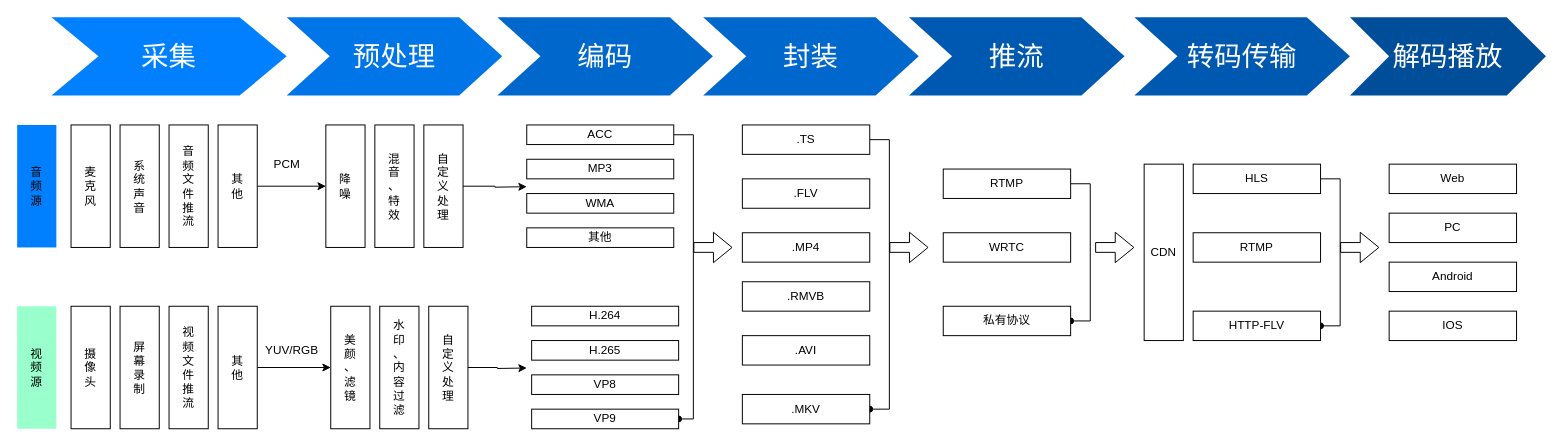
Before: 问题随录/Untitled Diagram.drawio in candyman0753/web-runner, a draw.io diagram. Source tidied: cells renumbered, new cells numbered last; positions are measured from the earlier drawing's top-left corner, leaving out a move shared by most shapes. Both pictures are drawn from the tidied source at 98%, with x=0, y=0 at pixel (17, 17).
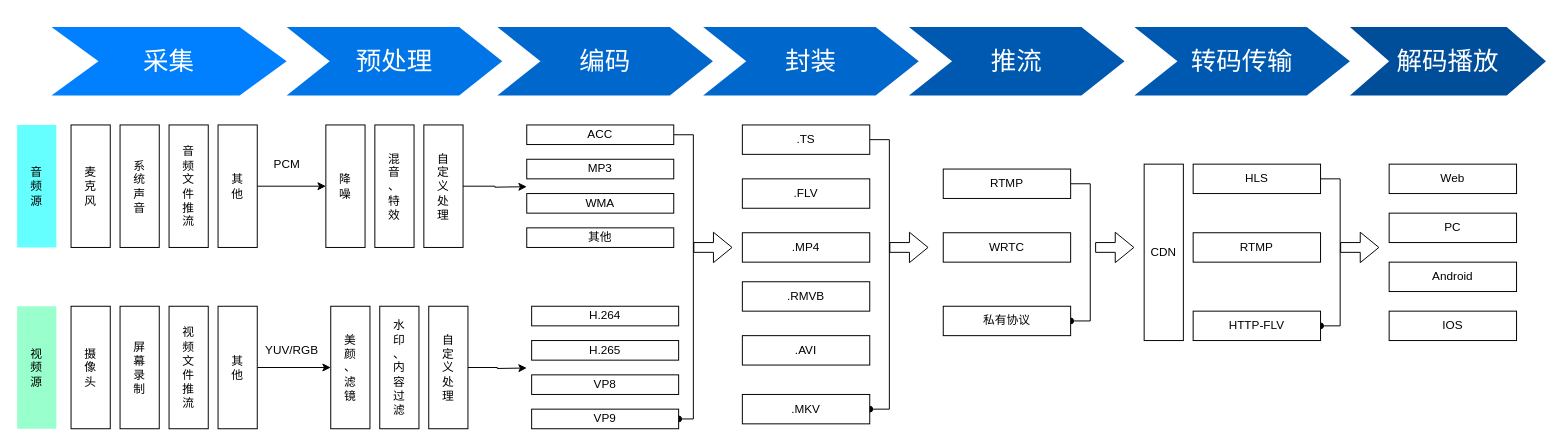
The same page after the edit.

Diff of the diagram source:
```diff
@@
-    <mxCell id="2" value="采集" style="shape=step;whiteSpace=wrap;html=1;fontSize=28;fillColor=#0080FF;fontColor=#FFFFFF;strokeColor=none;" parent="1" vertex="1">
-      <mxGeometry x="35" width="240" height="80" as="geometry" />
+    <mxCell id="2" value="采集" style="shape=step;whiteSpace=wrap;html=1;fontSize=26;fillColor=#0080FF;fontColor=#FFFFFF;strokeColor=none;" parent="1" vertex="1">
+      <mxGeometry x="35" y="10" width="240" height="70" as="geometry" />
     </mxCell>
-    <mxCell id="3" value="预处理" style="shape=step;whiteSpace=wrap;html=1;fontSize=28;fillColor=#0075E8;fontColor=#FFFFFF;strokeColor=none;" parent="1" vertex="1">
-      <mxGeometry x="275" width="220" height="80" as="geometry" />
+    <mxCell id="3" value="预处理" style="shape=step;whiteSpace=wrap;html=1;fontSize=26;fillColor=#0075E8;fontColor=#FFFFFF;strokeColor=none;" parent="1" vertex="1">
+      <mxGeometry x="275" y="10" width="220" height="70" as="geometry" />
     </mxCell>
-    <mxCell id="4" value="编码" style="shape=step;whiteSpace=wrap;html=1;fontSize=28;fillColor=#0067CC;fontColor=#FFFFFF;strokeColor=none;" parent="1" vertex="1">
-      <mxGeometry x="490" width="220" height="80" as="geometry" />
+    <mxCell id="4" value="编码" style="shape=step;whiteSpace=wrap;html=1;fontSize=26;fillColor=#0067CC;fontColor=#FFFFFF;strokeColor=none;" parent="1" vertex="1">
+      <mxGeometry x="490" y="10" width="220" height="70" as="geometry" />
     </mxCell>
-    <mxCell id="5" value="推流" style="shape=step;whiteSpace=wrap;html=1;fontSize=28;fillColor=#0059B0;fontColor=#FFFFFF;strokeColor=none;" parent="1" vertex="1">
-      <mxGeometry x="910" width="220" height="80" as="geometry" />
+    <mxCell id="5" value="推流" style="shape=step;whiteSpace=wrap;html=1;fontSize=26;fillColor=#0059B0;fontColor=#FFFFFF;strokeColor=none;" parent="1" vertex="1">
+      <mxGeometry x="910" y="10" width="220" height="70" as="geometry" />
     </mxCell>
-    <mxCell id="6" value="解码播放" style="shape=step;whiteSpace=wrap;html=1;fontSize=28;fillColor=#004D99;fontColor=#FFFFFF;strokeColor=none;" parent="1" vertex="1">
-      <mxGeometry x="1360" width="200" height="80" as="geometry" />
+    <mxCell id="6" value="解码播放" style="shape=step;whiteSpace=wrap;html=1;fontSize=26;fillColor=#004D99;fontColor=#FFFFFF;strokeColor=none;" parent="1" vertex="1">
+      <mxGeometry x="1360" y="10" width="200" height="70" as="geometry" />
     </mxCell>
@@
-    <mxCell id="27" value="封装" style="shape=step;whiteSpace=wrap;html=1;fontSize=28;fillColor=#0067CC;fontColor=#FFFFFF;strokeColor=none;" parent="1" vertex="1">
-      <mxGeometry x="700" width="220" height="80" as="geometry" />
+    <mxCell id="27" value="封装" style="shape=step;whiteSpace=wrap;html=1;fontSize=26;fillColor=#0067CC;fontColor=#FFFFFF;strokeColor=none;" parent="1" vertex="1">
+      <mxGeometry x="700" y="10" width="220" height="70" as="geometry" />
     </mxCell>
-    <mxCell id="28" value="音&lt;br&gt;频&lt;br&gt;源" style="rounded=0;whiteSpace=wrap;html=1;horizontal=1;strokeColor=none;fillColor=#0080FF;" parent="1" vertex="1">
+    <mxCell id="28" value="音&lt;br&gt;频&lt;br&gt;源" style="rounded=0;whiteSpace=wrap;html=1;horizontal=1;strokeColor=none;fillColor=#66FFFF;" parent="1" vertex="1">
       <mxGeometry y="110" width="40" height="125" as="geometry" />
     </mxCell>
@@
-    <mxCell id="52" value="转码传输" style="shape=step;whiteSpace=wrap;html=1;fontSize=28;fillColor=#0059B0;fontColor=#FFFFFF;strokeColor=none;" parent="1" vertex="1">
-      <mxGeometry x="1140" width="220" height="80" as="geometry" />
+    <mxCell id="52" value="转码传输" style="shape=step;whiteSpace=wrap;html=1;fontSize=26;fillColor=#0059B0;fontColor=#FFFFFF;strokeColor=none;" parent="1" vertex="1">
+      <mxGeometry x="1140" y="10" width="220" height="70" as="geometry" />
     </mxCell>
```
